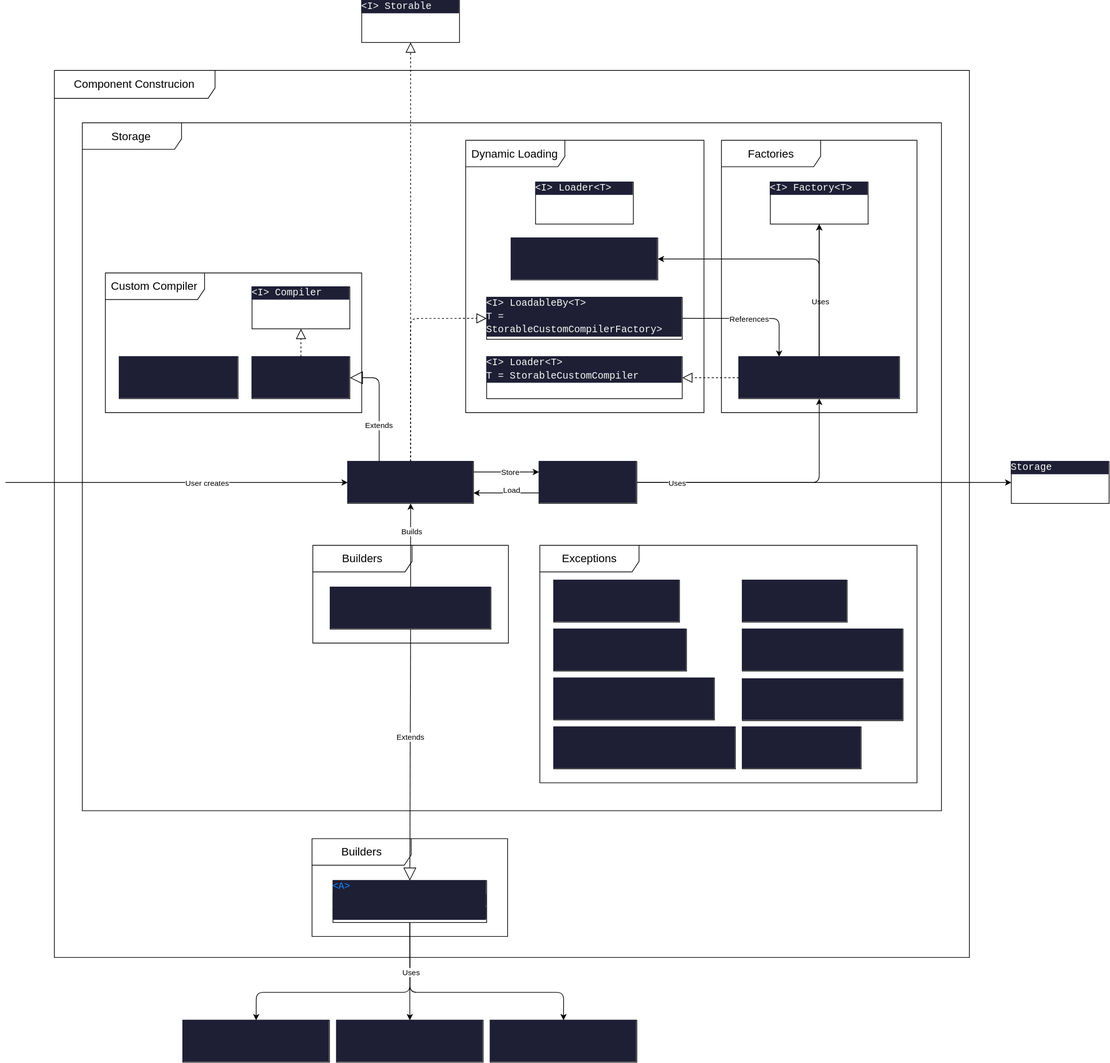
This is docs/diagrams/CustomCompilers.drawio.svg from warburec/GenCompilation, a draw.io export, as it was before one commit. Source tidied: cells renumbered, new cells last; positions are measured from the earlier drawing's top-left corner, leaving out a move shared by most shapes.
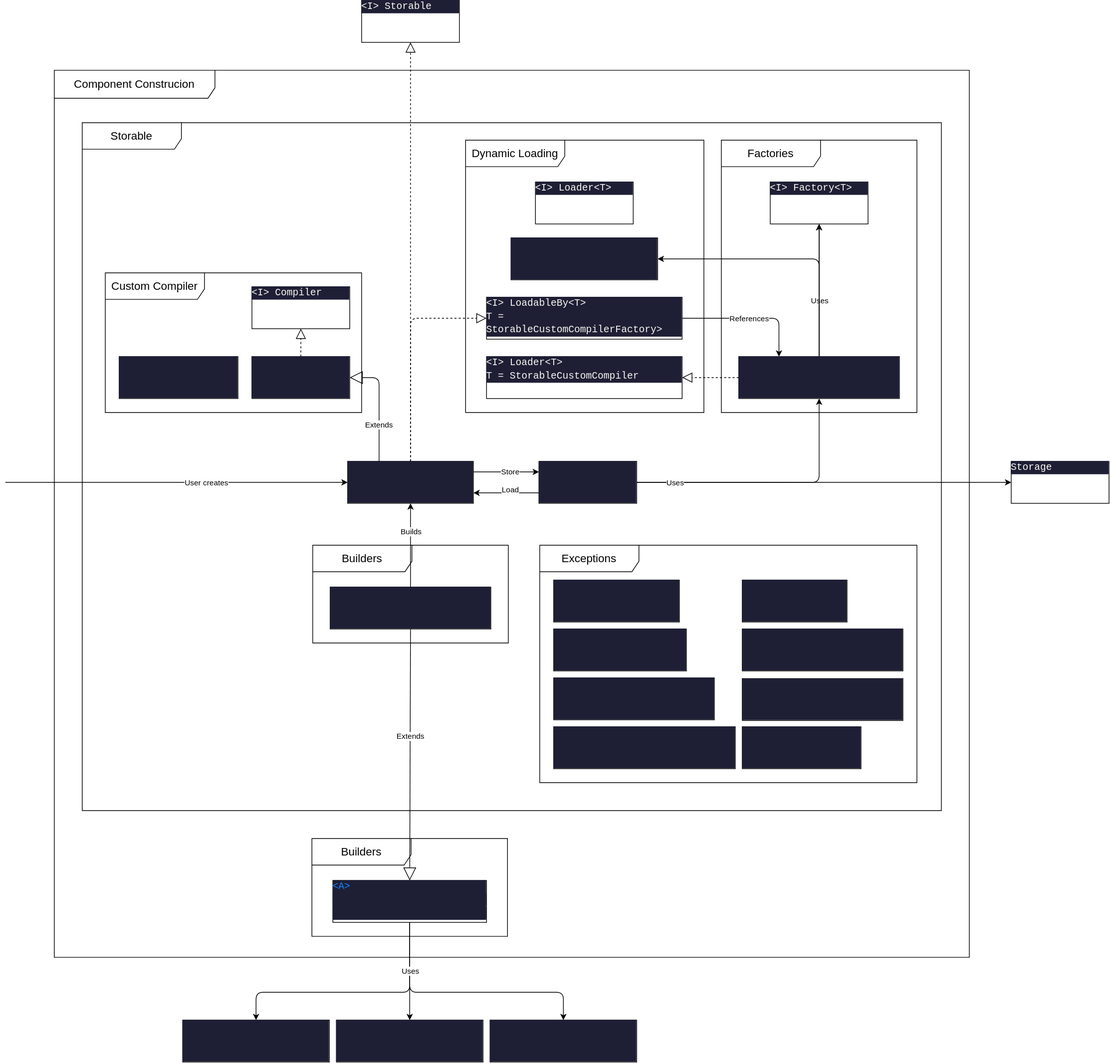
Later version of the same file.

The edit, as a diff of the source:
```diff
@@ -190,7 +190,7 @@
         <mxPoint x="3" y="25" as="offset" />
       </mxGeometry>
     </mxCell>
-    <mxCell id="52" value="Storage" style="shape=umlFrame;whiteSpace=wrap;html=1;fontSize=16;width=142;height=38;" parent="1" vertex="1">
+    <mxCell id="52" value="Storable" style="shape=umlFrame;whiteSpace=wrap;html=1;fontSize=16;width=142;height=38;" parent="1" vertex="1">
       <mxGeometry x="110" y="175" width="1230" height="985" as="geometry" />
     </mxCell>
     <mxCell id="53" value="Builders" style="shape=umlFrame;whiteSpace=wrap;html=1;fontSize=16;width=142;height=38;" parent="1" vertex="1">
```
